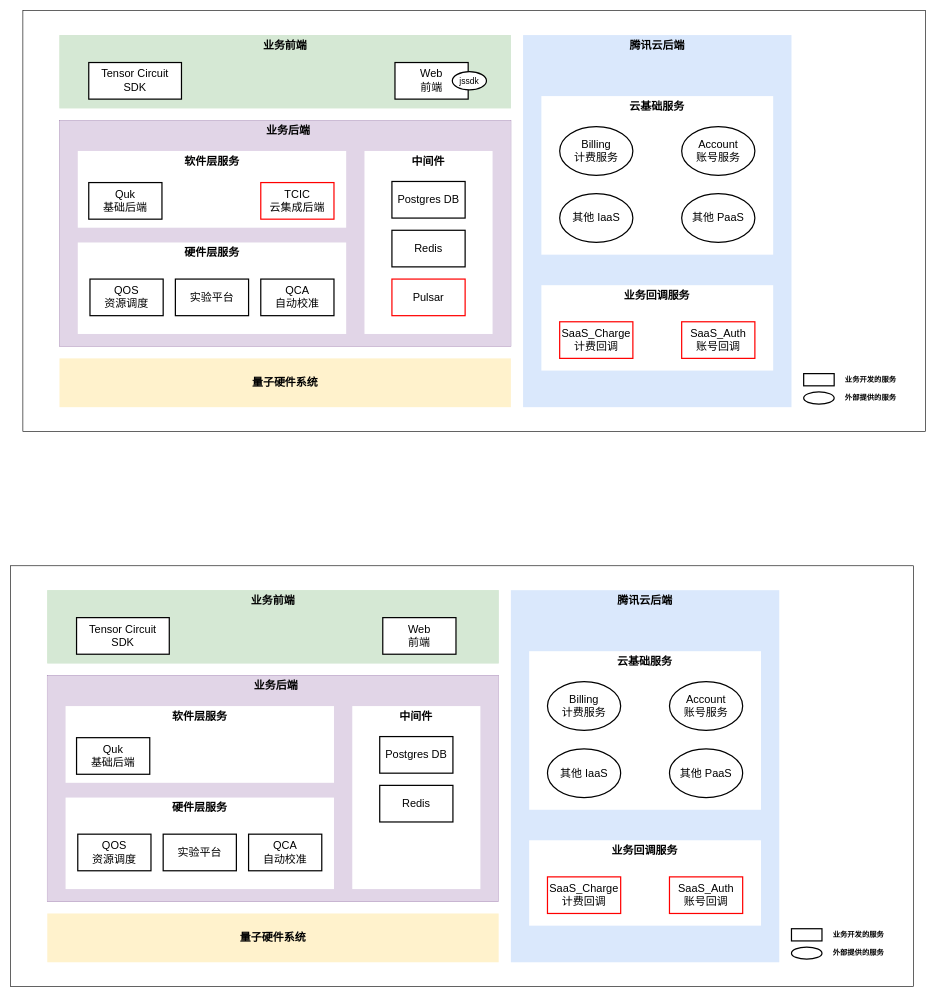
Before: page "云平台架构图" (1 of 5) of draft/答辩.drawio in mattshhuang/draw-io, a draw.io diagram. Source tidied: cells renumbered, new cells numbered last; positions are measured from the earlier drawing's top-left corner, leaving out a move shared by most shapes. Both pictures are drawn from the tidied source at 61%, with x=0, y=0 at pixel (10, 10).
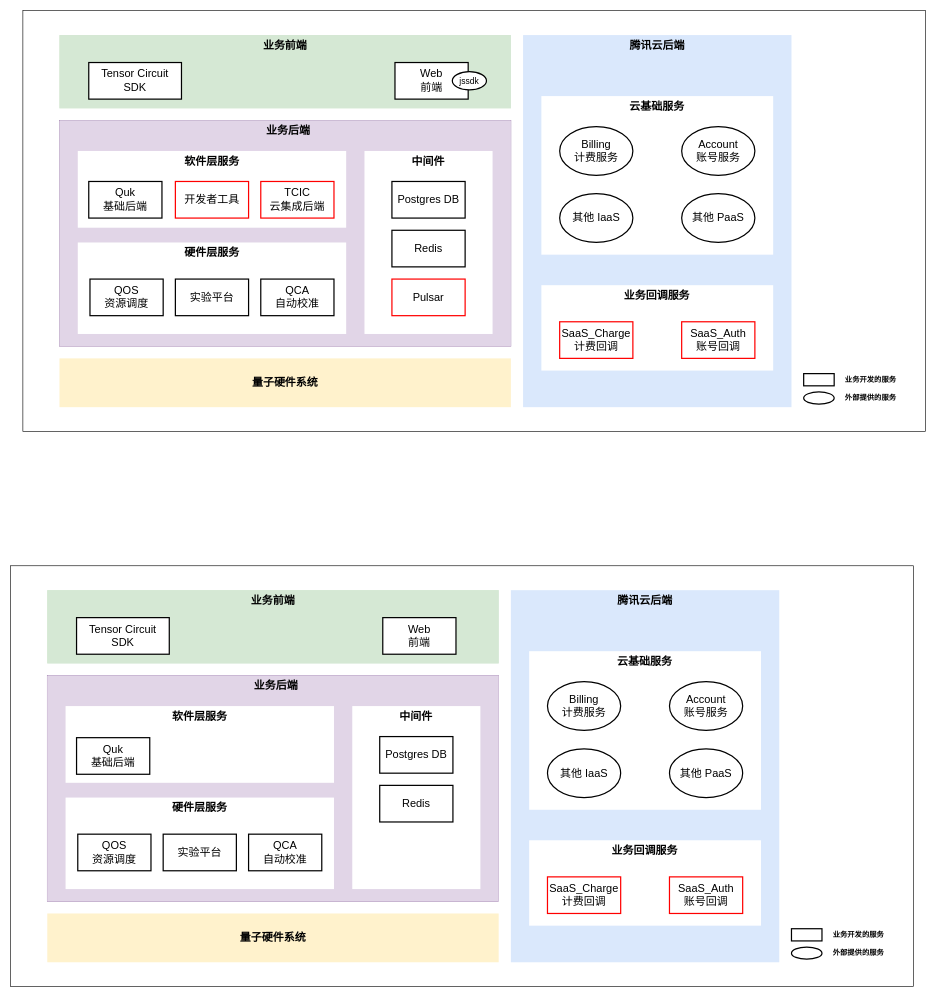
After the change.

Unchanged cells that the change refers to:
```xml
<mxCell id="40" style="group;" parent="1" vertex="1">
  <mxGeometry x="110" y="230" width="440" height="125.8" as="geometry" />
</mxCell>
```

Diff of the diagram source:
```diff
@@
+    <mxCell id="99" value="&lt;font style=&quot;font-size: 18px;&quot;&gt;开发者工具&lt;br&gt;&lt;/font&gt;" style="rounded=0;whiteSpace=wrap;html=1;strokeColor=#FF0000;strokeWidth=2;" parent="40" vertex="1">
+      <mxGeometry x="160" y="50" width="120" height="60" as="geometry" />
+    </mxCell>
@@
     <mxCell id="50" value="&lt;font style=&quot;font-size: 18px;&quot;&gt;Quk&lt;br&gt;基础后端&lt;br&gt;&lt;/font&gt;" style="rounded=0;whiteSpace=wrap;html=1;strokeWidth=2;" parent="1" vertex="1">
-      <mxGeometry x="128" y="281.8" width="120" height="60" as="geometry" />
+      <mxGeometry x="128" y="280" width="120" height="60" as="geometry" />
     </mxCell>
     <mxCell id="51" value="&lt;font style=&quot;font-size: 18px;&quot;&gt;TCIC&lt;br&gt;云集成后端&lt;br&gt;&lt;/font&gt;" style="rounded=0;whiteSpace=wrap;html=1;strokeColor=#FF0000;strokeWidth=2;" parent="1" vertex="1">
-      <mxGeometry x="410" y="281.8" width="120" height="60" as="geometry" />
+      <mxGeometry x="410" y="280" width="120" height="60" as="geometry" />
     </mxCell>
```
